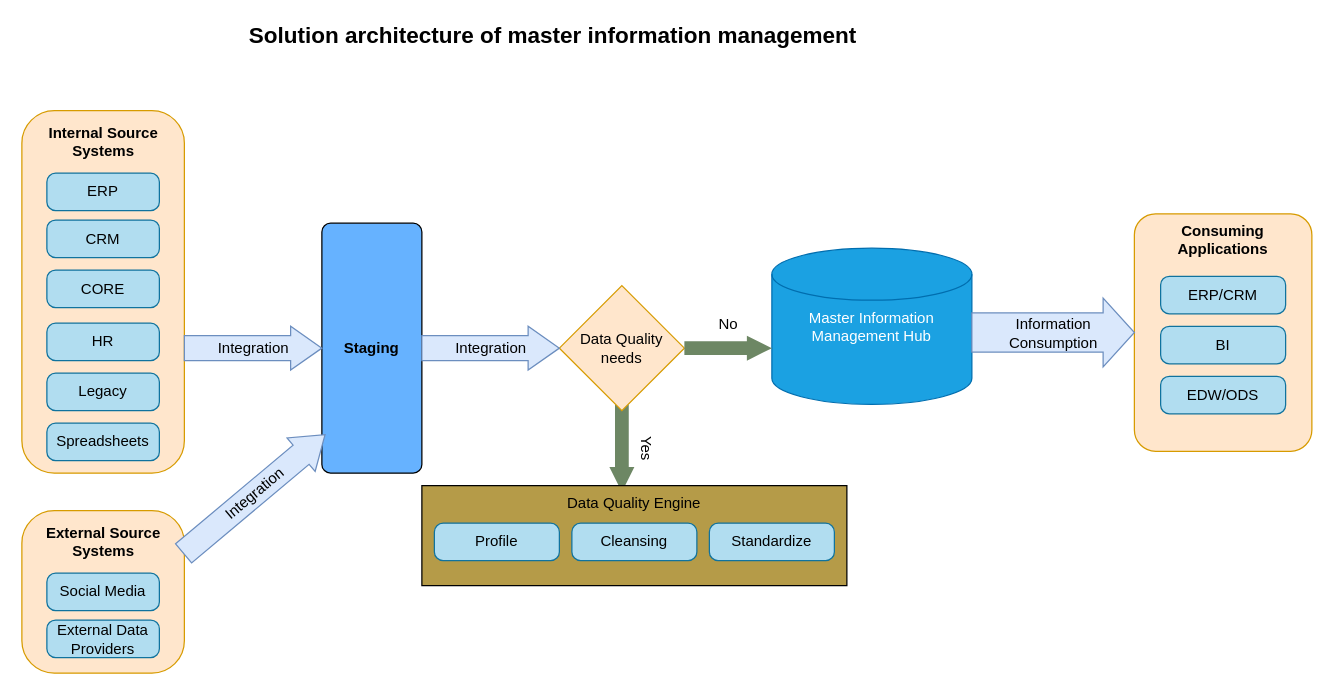
uyennt01/Project1 keeps this draw.io diagram as page "Page-5" (4 of 5) of Single Customer View.drawio. Above is the earlier version. Source tidied: cells renumbered, new cells numbered last; positions are measured from the earlier drawing's top-left corner, leaving out a move shared by most shapes. Both pictures are drawn from the tidied source at 125%, with x=0, y=0 at pixel (21, 22).
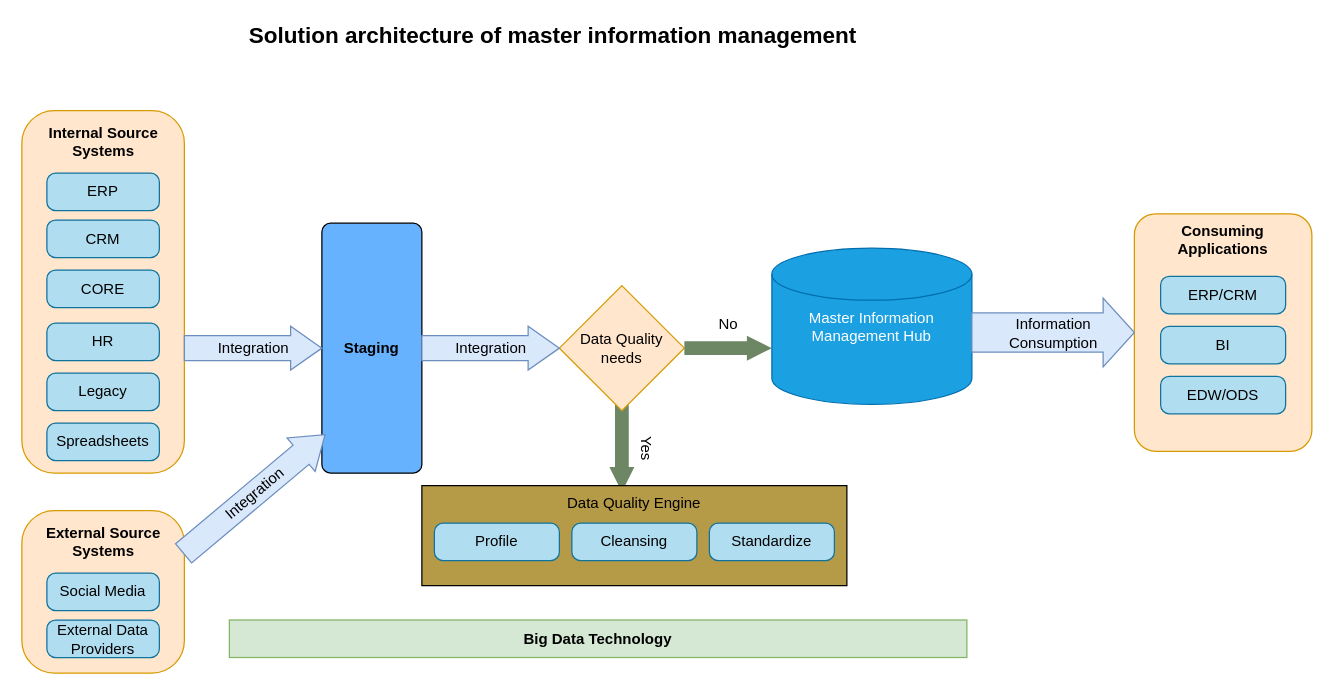
The same page after the edit.

Diff of the diagram source:
```diff
@@
+    <mxCell id="32" value="Big Data Technology" style="rounded=0;whiteSpace=wrap;html=1;fillColor=#d5e8d4;strokeColor=#82b366;fontStyle=1;" parent="1" vertex="1">
+      <mxGeometry x="166" y="477.5" width="590" height="30" as="geometry" />
+    </mxCell>
```
